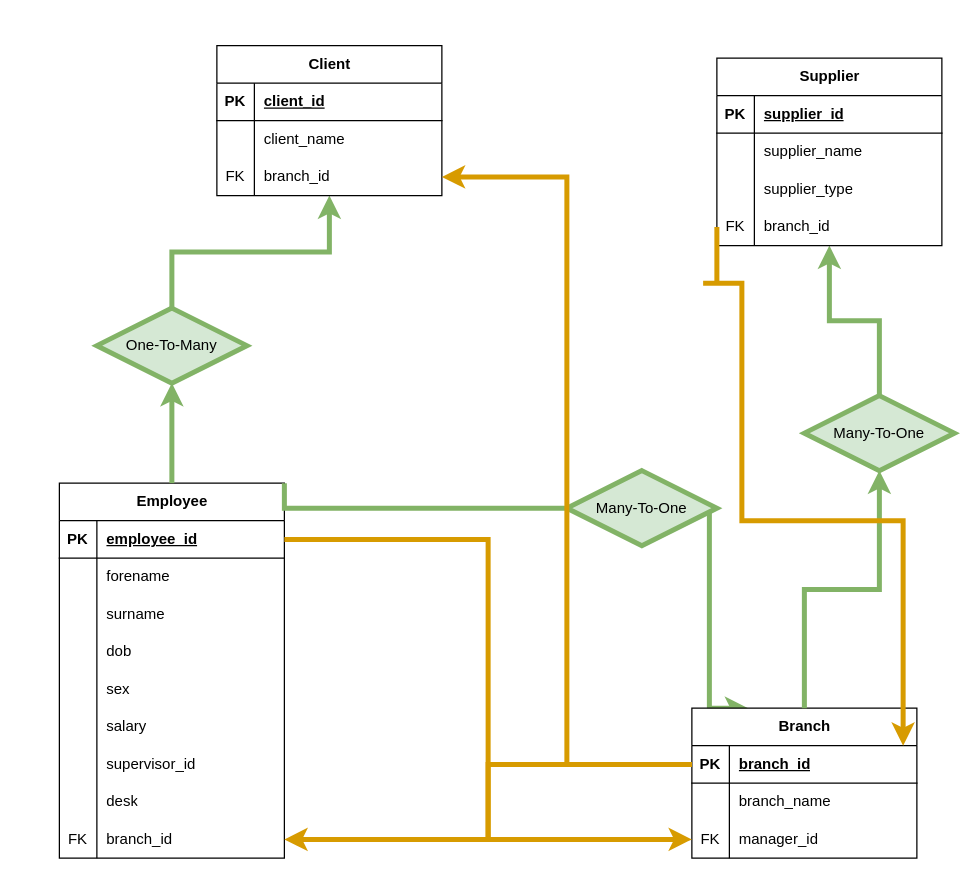
This is the_office.drawio from ziyadsaf/the_office, a draw.io file, before an edit. Source tidied: cells renumbered, new cells numbered last; positions are measured from the earlier drawing's top-left corner, leaving out a move shared by most shapes. Both pictures are drawn from the tidied source at 125%, with x=0, y=0 at pixel (59, 45).
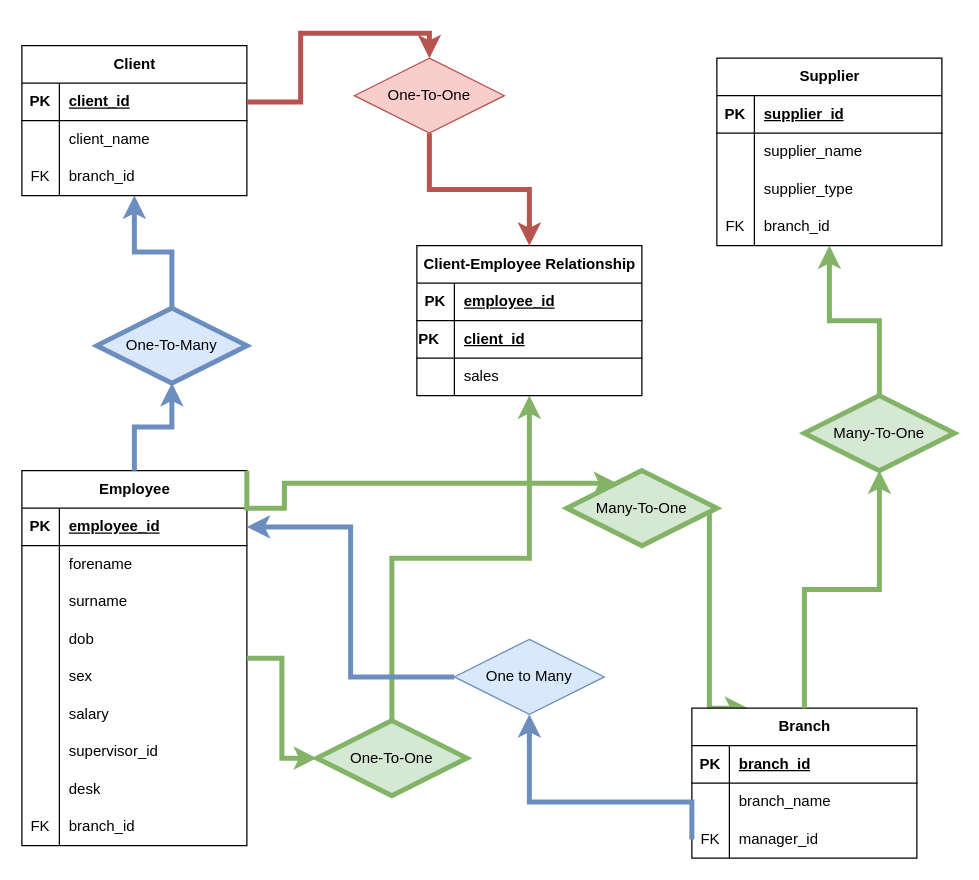
Above is the later version.

The change refers to these unchanged cells:
```xml
<mxCell id="5" style="shape=tableRow;horizontal=0;startSize=0;swimlaneHead=0;swimlaneBody=0;fillColor=none;points=[[0,0.5],[1,0.5]];portConstraint=eastwest;top=0;left=0;right=0;bottom=1;" parent="4" vertex="1">
  <mxGeometry y="30" width="180" height="30" as="geometry" />
</mxCell>
<mxCell id="29" style="shape=tableRow;horizontal=0;startSize=0;swimlaneHead=0;swimlaneBody=0;fillColor=none;points=[[0,0.5],[1,0.5]];portConstraint=eastwest;top=0;left=0;right=0;bottom=0;" parent="4" vertex="1">
  <mxGeometry y="270" width="180" height="30" as="geometry" />
</mxCell>
<mxCell id="34" style="shape=tableRow;horizontal=0;startSize=0;swimlaneHead=0;swimlaneBody=0;fillColor=none;points=[[0,0.5],[1,0.5]];portConstraint=eastwest;top=0;left=0;right=0;bottom=1;" parent="33" vertex="1">
  <mxGeometry y="30" width="180" height="30" as="geometry" />
</mxCell>
<mxCell id="40" style="shape=tableRow;horizontal=0;startSize=0;swimlaneHead=0;swimlaneBody=0;fillColor=none;points=[[0,0.5],[1,0.5]];portConstraint=eastwest;top=0;left=0;right=0;bottom=0;" parent="33" vertex="1">
  <mxGeometry y="90" width="180" height="30" as="geometry" />
</mxCell>
<mxCell id="54" style="shape=tableRow;horizontal=0;startSize=0;swimlaneHead=0;swimlaneBody=0;fillColor=none;points=[[0,0.5],[1,0.5]];portConstraint=eastwest;top=0;left=0;right=0;bottom=0;" parent="44" vertex="1">
  <mxGeometry y="120" width="180" height="30" as="geometry" />
</mxCell>
<mxCell id="60" style="shape=tableRow;horizontal=0;startSize=0;swimlaneHead=0;swimlaneBody=0;fillColor=none;points=[[0,0.5],[1,0.5]];portConstraint=eastwest;top=0;left=0;right=0;bottom=1;" parent="59" vertex="1">
  <mxGeometry y="30" width="180" height="30" as="geometry" />
</mxCell>
<mxCell id="66" style="shape=tableRow;horizontal=0;startSize=0;swimlaneHead=0;swimlaneBody=0;fillColor=none;points=[[0,0.5],[1,0.5]];portConstraint=eastwest;top=0;left=0;right=0;bottom=0;" parent="59" vertex="1">
  <mxGeometry y="90" width="180" height="30" as="geometry" />
</mxCell>
```

The edit, as a diff of the source:
```diff
@@
-    <mxCell id="2" style="edgeStyle=orthogonalEdgeStyle;rounded=0;jettySize=auto;html=1;fillColor=#d5e8d4;strokeColor=#82b366;strokeWidth=4;" parent="1" edge="1" source="71" target="59">
+    <mxCell id="2" style="edgeStyle=orthogonalEdgeStyle;rounded=0;jettySize=auto;html=1;fillColor=#dae8fc;strokeColor=#6c8ebf;strokeWidth=4;" parent="1" edge="1" source="71" target="59">
       <mxGeometry relative="1" as="geometry" />
     </mxCell>
@@
+    <mxCell id="76" style="edgeStyle=orthogonalEdgeStyle;rounded=0;jettySize=auto;html=1;fillColor=#d5e8d4;strokeColor=#82b366;strokeWidth=4;" parent="1" edge="1" source="91" target="77">
+      <mxGeometry relative="1" as="geometry" />
+    </mxCell>
     <mxCell id="4" value="Employee" style="shape=table;startSize=30;childLayout=tableLayout;rowLines=0;fontStyle=1;align=center;html=1;" parent="1" vertex="1">
-      <mxGeometry y="350" width="180" height="300" as="geometry" />
+      <mxGeometry x="-30" y="340" width="180" height="300" as="geometry" />
     </mxCell>
@@
-    <mxCell id="43" style="edgeStyle=orthogonalEdgeStyle;rounded=0;jettySize=auto;html=1;exitX=1;exitY=0.5;exitDx=0;exitDy=0;fillColor=#ffe6cc;strokeColor=#d79b00;strokeWidth=4;" parent="1" edge="1" source="5" target="40">
-      <mxGeometry relative="1" as="geometry" />
-    </mxCell>
@@
     <mxCell id="59" value="Client" style="shape=table;startSize=30;childLayout=tableLayout;rowLines=0;fontStyle=1;align=center;html=1;" parent="1" vertex="1">
-      <mxGeometry x="126" width="180" height="120" as="geometry" />
+      <mxGeometry x="-30" width="180" height="120" as="geometry" />
     </mxCell>
@@
-    <mxCell id="69" style="edgeStyle=orthogonalEdgeStyle;rounded=0;jettySize=auto;html=1;exitX=0;exitY=0.5;exitDx=0;exitDy=0;fillColor=#ffe6cc;strokeColor=#d79b00;strokeWidth=4;" parent="1" edge="1" source="54" target="34">
-      <mxGeometry relative="1" as="geometry">
-        <Array as="points">
-          <mxPoint x="515" y="190" />
-          <mxPoint x="546" y="190" />
-          <mxPoint x="546" y="380" />
-          <mxPoint x="675" y="380" />
-          <mxPoint x="675" y="555" />
-        </Array>
-      </mxGeometry>
-    </mxCell>
-    <mxCell id="70" style="edgeStyle=orthogonalEdgeStyle;rounded=0;jettySize=auto;html=1;fillColor=#d5e8d4;strokeColor=#82b366;strokeWidth=4;" parent="1" edge="1" source="4" target="71">
+    <mxCell id="70" style="edgeStyle=orthogonalEdgeStyle;rounded=0;jettySize=auto;html=1;fillColor=#dae8fc;strokeColor=#6c8ebf;strokeWidth=4;" parent="1" edge="1" source="4" target="71">
       <mxGeometry relative="1" as="geometry" />
     </mxCell>
-    <mxCell id="71" value="One-To-Many" style="shape=rhombus;perimeter=rhombusPerimeter;whiteSpace=wrap;html=1;align=center;fillColor=#d5e8d4;strokeColor=#82b366;strokeWidth=4;" parent="1" vertex="1">
+    <mxCell id="71" value="One-To-Many" style="shape=rhombus;perimeter=rhombusPerimeter;whiteSpace=wrap;html=1;align=center;fillColor=#dae8fc;strokeColor=#6c8ebf;strokeWidth=4;" parent="1" vertex="1">
       <mxGeometry x="30" y="210" width="120" height="60" as="geometry" />
     </mxCell>
@@
-    <mxCell id="74" style="edgeStyle=orthogonalEdgeStyle;rounded=0;jettySize=auto;html=1;exitX=0;exitY=0.5;exitDx=0;exitDy=0;entryX=1;entryY=0.5;entryDx=0;entryDy=0;fillColor=#ffe6cc;strokeColor=#d79b00;strokeWidth=4;" parent="1" edge="1" source="34" target="29">
-      <mxGeometry relative="1" as="geometry" />
-    </mxCell>
-    <mxCell id="75" style="edgeStyle=orthogonalEdgeStyle;rounded=0;jettySize=auto;html=1;exitX=0;exitY=0.5;exitDx=0;exitDy=0;fillColor=#ffe6cc;strokeColor=#d79b00;strokeWidth=4;" parent="1" edge="1" source="34" target="66">
-      <mxGeometry relative="1" as="geometry" />
-    </mxCell>
+    <mxCell id="77" value="Client-Employee Relationship" style="shape=table;startSize=30;childLayout=tableLayout;rowLines=0;fontStyle=1;align=center;html=1;" parent="1" vertex="1">
+      <mxGeometry x="286" y="160" width="180" height="120" as="geometry" />
+    </mxCell>
+    <mxCell id="78" style="shape=tableRow;horizontal=0;startSize=0;swimlaneHead=0;swimlaneBody=0;fillColor=none;top=0;left=0;right=0;bottom=1;" parent="77" vertex="1">
+      <mxGeometry y="30" width="180" height="30" as="geometry" />
+    </mxCell>
+    <mxCell id="79" value="PK" style="shape=partialRectangle;fillColor=none;top=0;left=0;bottom=0;right=0;fontStyle=1;overflow=hidden;whiteSpace=wrap;html=1;" parent="78" vertex="1">
+      <mxGeometry width="30" height="30" as="geometry" />
+    </mxCell>
+    <mxCell id="80" value="employee_id" style="shape=partialRectangle;fillColor=none;top=0;left=0;bottom=0;right=0;align=left;spacingLeft=6;fontStyle=5;overflow=hidden;whiteSpace=wrap;html=1;" parent="78" vertex="1">
+      <mxGeometry x="30" width="150" height="30" as="geometry" />
+    </mxCell>
+    <mxCell id="81" style="shape=tableRow;horizontal=0;startSize=0;swimlaneHead=0;swimlaneBody=0;fillColor=none;top=0;left=0;right=0;bottom=1;" parent="77" vertex="1">
+      <mxGeometry y="60" width="180" height="30" as="geometry" />
+    </mxCell>
+    <mxCell id="82" value="PK&lt;span style=&quot;white-space: pre;&quot;&gt;&#9;&lt;/span&gt;" style="shape=partialRectangle;fillColor=none;top=0;left=0;bottom=0;right=0;fontStyle=1;overflow=hidden;whiteSpace=wrap;html=1;" parent="81" vertex="1">
+      <mxGeometry width="30" height="30" as="geometry" />
+    </mxCell>
+    <mxCell id="83" value="client_id" style="shape=partialRectangle;fillColor=none;top=0;left=0;bottom=0;right=0;align=left;spacingLeft=6;fontStyle=5;overflow=hidden;whiteSpace=wrap;html=1;" parent="81" vertex="1">
+      <mxGeometry x="30" width="150" height="30" as="geometry" />
+    </mxCell>
+    <mxCell id="84" style="shape=tableRow;horizontal=0;startSize=0;swimlaneHead=0;swimlaneBody=0;fillColor=none;top=0;left=0;right=0;bottom=0;" parent="77" vertex="1">
+      <mxGeometry y="90" width="180" height="30" as="geometry" />
+    </mxCell>
+    <mxCell id="85" style="shape=partialRectangle;fillColor=none;top=0;left=0;bottom=0;right=0;overflow=hidden;whiteSpace=wrap;html=1;" parent="84" vertex="1">
+      <mxGeometry width="30" height="30" as="geometry" />
+    </mxCell>
+    <mxCell id="86" value="sales" style="shape=partialRectangle;fillColor=none;top=0;left=0;bottom=0;right=0;align=left;spacingLeft=6;overflow=hidden;whiteSpace=wrap;html=1;" parent="84" vertex="1">
+      <mxGeometry x="30" width="150" height="30" as="geometry" />
+    </mxCell>
+    <mxCell id="87" style="edgeStyle=orthogonalEdgeStyle;rounded=0;jettySize=auto;html=1;entryX=0.5;entryY=0;entryDx=0;entryDy=0;fillColor=#f8cecc;strokeColor=#b85450;strokeWidth=4;" parent="1" edge="1" source="89" target="77">
+      <mxGeometry relative="1" as="geometry" />
+    </mxCell>
+    <mxCell id="88" style="edgeStyle=orthogonalEdgeStyle;rounded=0;jettySize=auto;html=1;entryX=0.5;entryY=0;entryDx=0;entryDy=0;fillColor=#f8cecc;strokeColor=#b85450;strokeWidth=4;" parent="1" edge="1" source="60" target="89">
+      <mxGeometry relative="1" as="geometry" />
+    </mxCell>
+    <mxCell id="89" value="One-To-One" style="shape=rhombus;perimeter=rhombusPerimeter;whiteSpace=wrap;html=1;align=center;fillColor=#f8cecc;strokeColor=#b85450;" parent="1" vertex="1">
+      <mxGeometry x="236" y="10" width="120" height="60" as="geometry" />
+    </mxCell>
+    <mxCell id="90" style="edgeStyle=orthogonalEdgeStyle;rounded=0;jettySize=auto;html=1;fillColor=#d5e8d4;strokeColor=#82b366;strokeWidth=4;" parent="1" edge="1" source="4" target="91">
+      <mxGeometry relative="1" as="geometry" />
+    </mxCell>
+    <mxCell id="91" value="One-To-One" style="shape=rhombus;perimeter=rhombusPerimeter;whiteSpace=wrap;html=1;align=center;fillColor=#d5e8d4;strokeColor=#82b366;strokeWidth=4;" parent="1" vertex="1">
+      <mxGeometry x="206" y="540" width="120" height="60" as="geometry" />
+    </mxCell>
+    <mxCell id="92" style="edgeStyle=orthogonalEdgeStyle;rounded=0;jettySize=auto;html=1;exitX=0;exitY=0.5;exitDx=0;exitDy=0;strokeWidth=4;fillColor=#dae8fc;strokeColor=#6c8ebf;entryX=1;entryY=0.5;entryDx=0;entryDy=0;" parent="1" edge="1" source="94" target="5">
+      <mxGeometry relative="1" as="geometry" />
+    </mxCell>
+    <mxCell id="93" style="edgeStyle=orthogonalEdgeStyle;rounded=0;jettySize=auto;html=1;exitX=0;exitY=0.5;exitDx=0;exitDy=0;strokeWidth=4;fillColor=#dae8fc;strokeColor=#6c8ebf;" parent="1" edge="1" source="40" target="94">
+      <mxGeometry relative="1" as="geometry">
+        <Array as="points">
+          <mxPoint x="506" y="605" />
+          <mxPoint x="376" y="605" />
+        </Array>
+      </mxGeometry>
+    </mxCell>
+    <mxCell id="94" value="One to Many" style="shape=rhombus;perimeter=rhombusPerimeter;whiteSpace=wrap;html=1;align=center;fillColor=#dae8fc;strokeColor=#6c8ebf;" parent="1" vertex="1">
+      <mxGeometry x="316" y="475" width="120" height="60" as="geometry" />
+    </mxCell>
```
